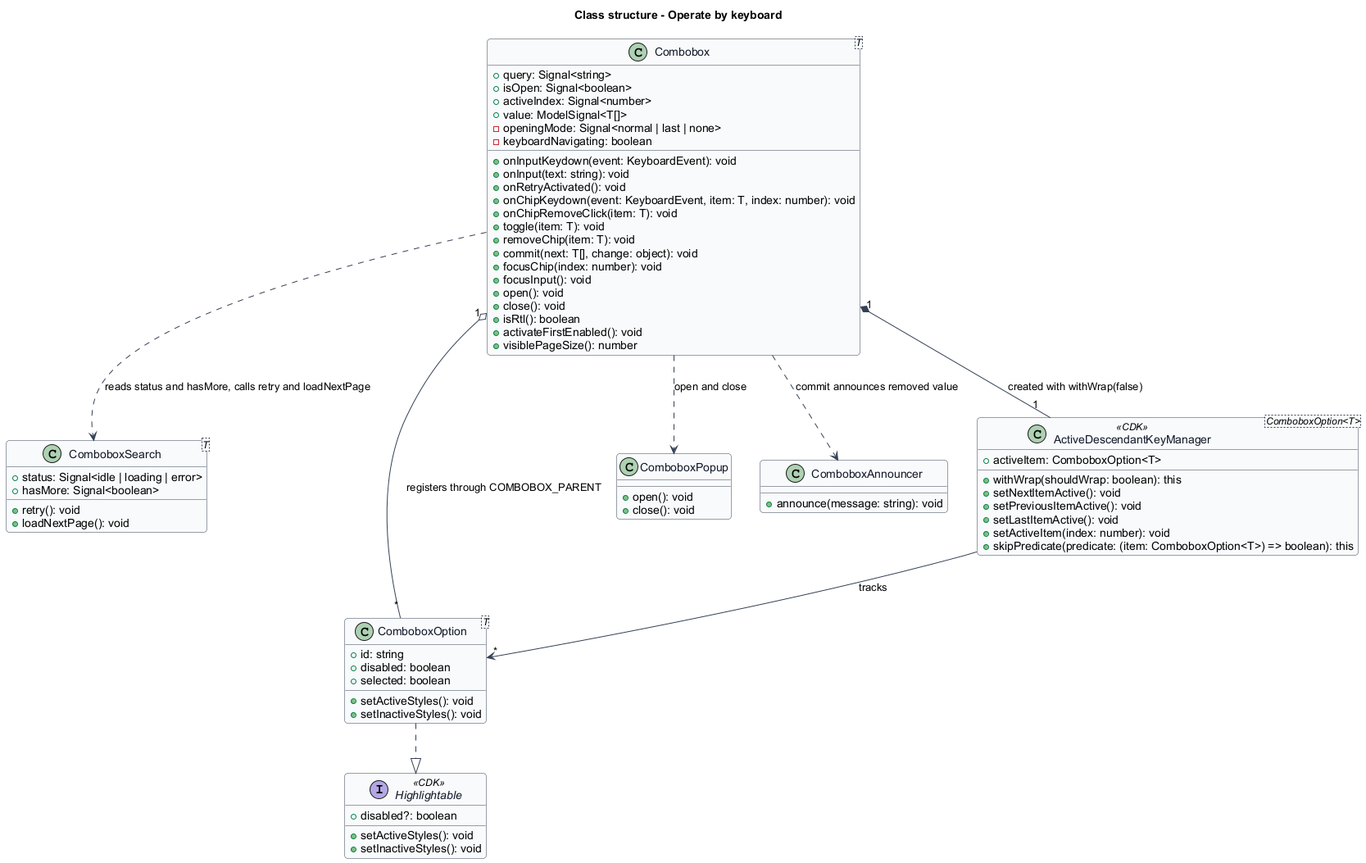
The PlantUML diagram docs/detailed-designs/combobox/operate-by-keyboard/diagrams/class-structure.png in QuinntyneBrown/Tessera, before a commit.
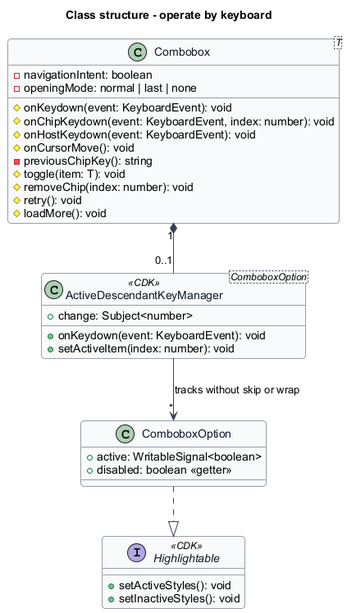
Above is the later version.

What changed in the source:
```diff
@@ -9,77 +9,34 @@
   FontColor #101828
   BackgroundColor #F9FAFB
 }
-title Class structure - Operate by keyboard
-
-class "Combobox<T>" as Combobox {
-  +query: Signal<string>
-  +isOpen: Signal<boolean>
-  +activeIndex: Signal<number>
-  +value: ModelSignal<T[]>
-  -openingMode: Signal<normal | last | none>
-  -keyboardNavigating: boolean
-  +onInputKeydown(event: KeyboardEvent): void
-  +onInput(text: string): void
-  +onRetryActivated(): void
-  +onChipKeydown(event: KeyboardEvent, item: T, index: number): void
-  +onChipRemoveClick(item: T): void
-  +toggle(item: T): void
-  +removeChip(item: T): void
-  +commit(next: T[], change: object): void
-  +focusChip(index: number): void
-  +focusInput(): void
-  +open(): void
-  +close(): void
-  +isRtl(): boolean
-  +activateFirstEnabled(): void
-  +visiblePageSize(): number
+title Class structure - operate by keyboard
+class "Combobox<T>" as Combo {
+  -navigationIntent: boolean
+  -openingMode: normal | last | none
+  #onKeydown(event: KeyboardEvent): void
+  #onChipKeydown(event: KeyboardEvent, index: number): void
+  #onHostKeydown(event: KeyboardEvent): void
+  #onCursorMove(): void
+  -previousChipKey(): string
+  #toggle(item: T): void
+  #removeChip(index: number): void
+  #retry(): void
+  #loadMore(): void
 }
-
-class "ComboboxSearch<T>" as ComboboxSearch {
-  +status: Signal<idle | loading | error>
-  +hasMore: Signal<boolean>
-  +retry(): void
-  +loadNextPage(): void
+class "ActiveDescendantKeyManager<ComboboxOption>" as Keys <<CDK>> {
+  +onKeydown(event: KeyboardEvent): void
+  +setActiveItem(index: number): void
+  +change: Subject<number>
 }
-
-class "ComboboxOption<T>" as ComboboxOption {
-  +id: string
-  +disabled: boolean
-  +selected: boolean
+interface Highlightable <<CDK>> {
   +setActiveStyles(): void
   +setInactiveStyles(): void
 }
-
-class ComboboxPopup {
-  +open(): void
-  +close(): void
+class ComboboxOption {
+  +active: WritableSignal<boolean>
+  +disabled: boolean <<getter>>
 }
-
-class ComboboxAnnouncer {
-  +announce(message: string): void
-}
-
-class "ActiveDescendantKeyManager<ComboboxOption<T>>" as KeyManager <<CDK>> {
-  +activeItem: ComboboxOption<T>
-  +withWrap(shouldWrap: boolean): this
-  +setNextItemActive(): void
-  +setPreviousItemActive(): void
-  +setLastItemActive(): void
-  +setActiveItem(index: number): void
-  +skipPredicate(predicate: (item: ComboboxOption<T>) => boolean): this
-}
-
-interface Highlightable <<CDK>> {
-  +disabled?: boolean
-  +setActiveStyles(): void
-  +setInactiveStyles(): void
-}
-
-Combobox "1" *-- "1" KeyManager : created with withWrap(false)
-Combobox ..> ComboboxSearch : reads status and hasMore, calls retry and loadNextPage
-Combobox ..> ComboboxPopup : open and close
-Combobox ..> ComboboxAnnouncer : commit announces removed value
-Combobox "1" o-- "*" ComboboxOption : registers through COMBOBOX_PARENT
-KeyManager --> "*" ComboboxOption : tracks
+Combo "1" *-- "0..1" Keys
+Keys --> "*" ComboboxOption : tracks without skip or wrap
 ComboboxOption ..|> Highlightable
 @enduml
```
